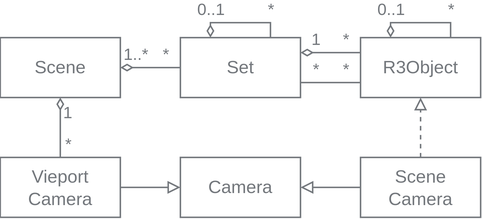
YoanWithY/kayo keeps this draw.io diagram as wiki/MetaSceneGraph.svg. Above is the earlier version. Source tidied: cells renumbered, new cells last; positions are measured from the earlier drawing's top-left corner, leaving out a move shared by most shapes.
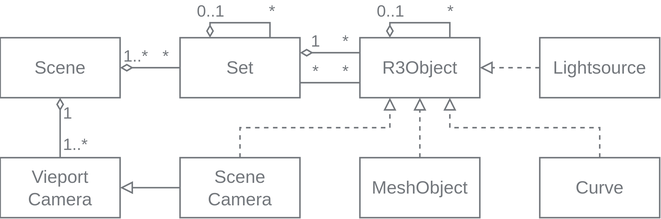
After the commit.

The edit, as a diff of the source:
```diff
@@ -89,14 +89,10 @@
         <mxPoint x="-3" y="1" as="offset" />
       </mxGeometry>
     </mxCell>
-    <mxCell id="20" value="Camera" style="whiteSpace=wrap;html=1;align=center;fillColor=none;fontColor=#74787D;strokeColor=#74787D;labelBackgroundColor=none;" parent="1" vertex="1">
-      <mxGeometry x="120" y="90" width="80" height="40" as="geometry" />
-    </mxCell>
     <mxCell id="21" style="edgeStyle=orthogonalEdgeStyle;fontSize=12;html=1;endArrow=none;startArrow=diamondThin;rounded=0;startFill=0;fontColor=#74787D;strokeColor=#74787D;endFill=0;" parent="1" edge="1" source="2" target="24">
       <mxGeometry relative="1" as="geometry">
         <Array as="points">
-          <mxPoint x="30" y="110" />
-          <mxPoint x="30" y="110" />
+          <mxPoint x="40" y="110" />
         </Array>
       </mxGeometry>
     </mxCell>
@@ -105,25 +101,55 @@
         <mxPoint y="3" as="offset" />
       </mxGeometry>
     </mxCell>
-    <mxCell id="23" value="*" style="edgeLabel;align=center;verticalAlign=bottom;fontSize=11;fontFamily=Helvetica;fontColor=#74787d;labelBackgroundColor=none;labelBorderColor=none;html=1;" parent="21" vertex="1">
+    <mxCell id="23" value="1..*" style="edgeLabel;align=left;verticalAlign=middle;fontSize=11;fontFamily=Helvetica;fontColor=#74787d;labelBackgroundColor=none;labelBorderColor=none;html=1;" parent="21" vertex="1">
       <mxGeometry x="0.92" y="1" relative="1" as="geometry">
-        <mxPoint x="4" y="1" as="offset" />
+        <mxPoint x="-1" y="-8" as="offset" />
       </mxGeometry>
     </mxCell>
     <mxCell id="24" value="Vieport&lt;br&gt;Camera" style="whiteSpace=wrap;html=1;align=center;fillColor=none;fontColor=#74787D;strokeColor=#74787D;labelBackgroundColor=none;" parent="1" vertex="1">
       <mxGeometry y="90" width="80" height="40" as="geometry" />
     </mxCell>
-    <mxCell id="25" style="edgeStyle=orthogonalEdgeStyle;html=1;strokeColor=#74787d;endArrow=block;endFill=0;rounded=0;" parent="1" edge="1" source="24" target="20">
-      <mxGeometry relative="1" as="geometry" />
-    </mxCell>
-    <mxCell id="26" style="edgeStyle=orthogonalEdgeStyle;shape=connector;rounded=0;html=1;labelBackgroundColor=default;strokeColor=#74787d;fontFamily=Helvetica;fontSize=11;fontColor=#74787d;endArrow=block;endFill=0;" parent="1" edge="1" source="28" target="20">
+    <mxCell id="26" style="edgeStyle=orthogonalEdgeStyle;shape=connector;rounded=0;html=1;labelBackgroundColor=default;strokeColor=#74787d;fontFamily=Helvetica;fontSize=11;fontColor=#74787d;endArrow=block;endFill=0;" parent="1" edge="1" source="28" target="24">
       <mxGeometry relative="1" as="geometry" />
     </mxCell>
-    <mxCell id="27" style="edgeStyle=orthogonalEdgeStyle;shape=connector;rounded=0;html=1;entryX=0.5;entryY=1;entryDx=0;entryDy=0;labelBackgroundColor=default;strokeColor=#74787d;fontFamily=Helvetica;fontSize=11;fontColor=#74787d;endArrow=block;endFill=0;dashed=1;" parent="1" edge="1" source="28" target="6">
-      <mxGeometry relative="1" as="geometry" />
+    <mxCell id="27" style="edgeStyle=orthogonalEdgeStyle;shape=connector;rounded=0;html=1;labelBackgroundColor=default;strokeColor=#74787d;fontFamily=Helvetica;fontSize=11;fontColor=#74787d;endArrow=block;endFill=0;dashed=1;entryX=0.25;entryY=1;entryDx=0;entryDy=0;" parent="1" edge="1" source="28" target="6">
+      <mxGeometry relative="1" as="geometry">
+        <Array as="points">
+          <mxPoint x="160" y="70" />
+          <mxPoint x="260" y="70" />
+        </Array>
+      </mxGeometry>
     </mxCell>
     <mxCell id="28" value="Scene&lt;br&gt;Camera" style="whiteSpace=wrap;html=1;align=center;fillColor=none;fontColor=#74787D;strokeColor=#74787D;labelBackgroundColor=none;" parent="1" vertex="1">
-      <mxGeometry x="240" y="90" width="80" height="40" as="geometry" />
+      <mxGeometry x="120" y="90" width="80" height="40" as="geometry" />
     </mxCell>
+    <mxCell id="29" style="edgeStyle=orthogonalEdgeStyle;shape=connector;rounded=0;html=1;labelBackgroundColor=default;strokeColor=#74787d;fontFamily=Helvetica;fontSize=11;fontColor=#74787d;endArrow=block;endFill=0;dashed=1;" parent="1" edge="1" source="30" target="6">
+      <mxGeometry relative="1" as="geometry" />
+    </mxCell>
+    <mxCell id="30" value="MeshObject" style="whiteSpace=wrap;html=1;align=center;fillColor=none;fontColor=#74787D;strokeColor=#74787D;labelBackgroundColor=none;" parent="1" vertex="1">
+      <mxGeometry x="240" y="90" width="80" height="40" as="geometry" />
+    </mxCell>
+    <mxCell id="31" value="Lightsource" style="whiteSpace=wrap;html=1;align=center;fillColor=none;fontColor=#74787D;strokeColor=#74787D;labelBackgroundColor=none;" parent="1" vertex="1">
+      <mxGeometry x="360" y="10" width="80" height="40" as="geometry" />
+    </mxCell>
+    <mxCell id="32" style="edgeStyle=orthogonalEdgeStyle;shape=connector;rounded=0;html=1;labelBackgroundColor=default;strokeColor=#74787d;fontFamily=Helvetica;fontSize=11;fontColor=#74787d;endArrow=block;endFill=0;dashed=1;" parent="1" edge="1" source="31" target="6">
+      <mxGeometry relative="1" as="geometry">
+        <Array as="points">
+          <mxPoint x="340" y="30" />
+          <mxPoint x="340" y="30" />
+        </Array>
+      </mxGeometry>
+    </mxCell>
+    <mxCell id="33" value="Curve" style="whiteSpace=wrap;html=1;align=center;fillColor=none;fontColor=#74787D;strokeColor=#74787D;labelBackgroundColor=none;" parent="1" vertex="1">
+      <mxGeometry x="360" y="90" width="80" height="40" as="geometry" />
+    </mxCell>
+    <mxCell id="34" style="edgeStyle=orthogonalEdgeStyle;shape=connector;rounded=0;html=1;labelBackgroundColor=default;strokeColor=#74787d;fontFamily=Helvetica;fontSize=11;fontColor=#74787d;endArrow=block;endFill=0;dashed=1;entryX=0.75;entryY=1;entryDx=0;entryDy=0;" parent="1" edge="1" source="33" target="6">
+      <mxGeometry relative="1" as="geometry">
+        <Array as="points">
+          <mxPoint x="400" y="70" />
+          <mxPoint x="300" y="70" />
+        </Array>
+      </mxGeometry>
+    </mxCell>
   </root>
 </mxGraphModel>
```
